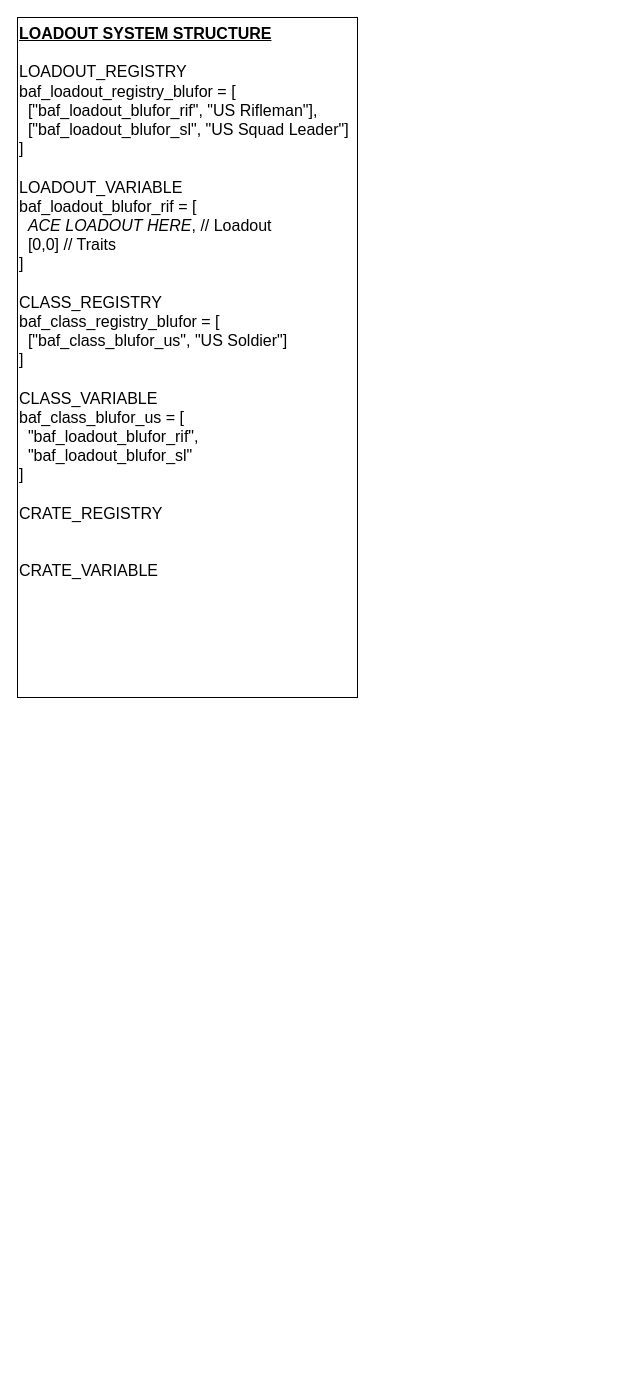
BAXENdev/BAF keeps this draw.io diagram as .notes/diagrams/LoadoutDiagram.drawio. Above is the earlier version. Source tidied: cells renumbered, new cells numbered last; positions are measured from the earlier drawing's top-left corner, leaving out a move shared by most shapes. Both pictures are drawn from the tidied source at 100%, with x=0, y=0 at pixel (17, 17).
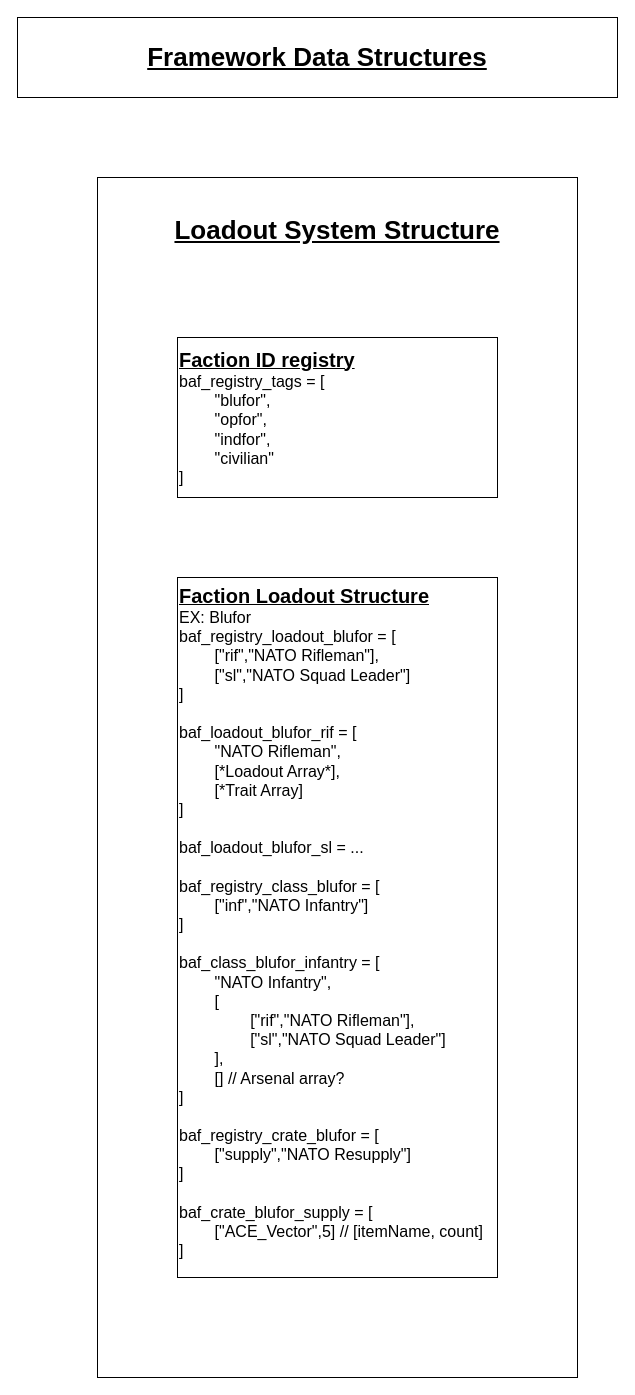
The same page after the edit.

Change to the diagram source:
```diff
@@
 <mxGraphModel>
   <root>
     <mxCell id="0" />
     <mxCell id="1" parent="0" />
+    <mxCell id="3" value="&lt;br&gt;Loadout System Structure" style="rounded=0;whiteSpace=wrap;html=1;fontSize=26;fontStyle=5;verticalAlign=top;" parent="1" vertex="1">
+      <mxGeometry x="80" y="160" width="480" height="1200" as="geometry" />
+    </mxCell>
-    <mxCell id="2" value="&lt;b&gt;&lt;u&gt;LOADOUT SYSTEM STRUCTURE&lt;/u&gt;&lt;/b&gt;&lt;br&gt;&lt;br&gt;LOADOUT_REGISTRY&lt;br style=&quot;font-size: 16px;&quot;&gt;baf_loadout_registry_blufor = [&lt;br style=&quot;font-size: 16px;&quot;&gt;&amp;nbsp; [&quot;baf_loadout_blufor_rif&quot;, &quot;US Rifleman&quot;],&lt;br&gt;&amp;nbsp; [&quot;baf_loadout_blufor_sl&quot;, &quot;US Squad Leader&quot;]&lt;br style=&quot;font-size: 16px;&quot;&gt;]&lt;br&gt;&lt;br&gt;LOADOUT_VARIABLE&lt;br&gt;baf_loadout_blufor_rif = [&lt;br&gt;&amp;nbsp; &lt;i&gt;ACE LOADOUT HERE&lt;/i&gt;, // Loadout&lt;br&gt;&amp;nbsp; [0,0] // Traits&lt;br&gt;]&lt;br&gt;&lt;br&gt;CLASS_REGISTRY&lt;br&gt;baf_class_registry_blufor = [&lt;br&gt;&amp;nbsp; [&quot;baf_class_blufor_us&quot;, &quot;US Soldier&quot;]&lt;br&gt;]&lt;br&gt;&lt;br&gt;CLASS_VARIABLE&lt;br&gt;baf_class_blufor_us = [&lt;br&gt;&amp;nbsp; &quot;baf_loadout_blufor_rif&quot;,&lt;br&gt;&amp;nbsp; &quot;baf_loadout_blufor_sl&quot;&lt;br&gt;]&lt;br&gt;&lt;br&gt;CRATE_REGISTRY&lt;br&gt;&lt;br&gt;&lt;br&gt;CRATE_VARIABLE" style="rounded=0;whiteSpace=wrap;html=1;align=left;verticalAlign=top;fontSize=16;" parent="1" vertex="1">
-      <mxGeometry width="340" height="680" as="geometry" />
+    <mxCell id="2" value="&lt;b style=&quot;font-size: 26px;&quot;&gt;&lt;u style=&quot;font-size: 26px;&quot;&gt;Framework Data Structures&lt;/u&gt;&lt;/b&gt;" style="rounded=0;whiteSpace=wrap;html=1;align=center;verticalAlign=middle;fontSize=26;" parent="1" vertex="1">
+      <mxGeometry width="600" height="80" as="geometry" />
     </mxCell>
+    <mxCell id="4" value="&lt;b&gt;&lt;u&gt;&lt;font style=&quot;font-size: 20px;&quot;&gt;Faction ID registry&lt;/font&gt;&lt;/u&gt;&lt;/b&gt;&lt;br&gt;baf_registry_tags = [&lt;br&gt;&lt;span style=&quot;white-space: pre;&quot;&gt;&#9;&lt;/span&gt;&quot;blufor&quot;,&lt;br&gt;&lt;span style=&quot;white-space: pre;&quot;&gt;&#9;&lt;/span&gt;&quot;opfor&quot;,&lt;br&gt;&lt;span style=&quot;white-space: pre;&quot;&gt;&#9;&lt;/span&gt;&quot;indfor&quot;,&lt;br&gt;&lt;span style=&quot;white-space: pre;&quot;&gt;&#9;&lt;/span&gt;&quot;civilian&quot;&lt;br&gt;]" style="rounded=0;whiteSpace=wrap;html=1;fontSize=16;align=left;" parent="1" vertex="1">
+      <mxGeometry x="160" y="320" width="320" height="160" as="geometry" />
+    </mxCell>
+    <mxCell id="5" value="&lt;b&gt;&lt;u&gt;&lt;font style=&quot;font-size: 20px;&quot;&gt;Faction Loadout Structure&lt;br&gt;&lt;/font&gt;&lt;/u&gt;&lt;/b&gt;EX: Blufor&lt;br&gt;baf_registry_loadout_blufor = [&lt;br&gt;&lt;span style=&quot;white-space: pre;&quot;&gt;&#9;&lt;/span&gt;[&quot;rif&quot;,&quot;NATO Rifleman&quot;],&lt;br&gt;&lt;span style=&quot;white-space: pre;&quot;&gt;&#9;&lt;/span&gt;[&quot;sl&quot;,&quot;NATO Squad Leader&quot;]&lt;br&gt;]&lt;br&gt;&lt;br&gt;baf_loadout_blufor_rif = [&lt;br&gt;&lt;span style=&quot;white-space: pre;&quot;&gt;&#9;&lt;/span&gt;&quot;NATO Rifleman&quot;,&lt;br&gt;&lt;span style=&quot;white-space: pre;&quot;&gt;&#9;&lt;/span&gt;[*Loadout Array*],&lt;br&gt;&lt;span style=&quot;white-space: pre;&quot;&gt;&#9;&lt;/span&gt;[*Trait Array]&lt;br&gt;]&lt;br&gt;&lt;br&gt;baf_loadout_blufor_sl = ...&lt;br&gt;&lt;br&gt;baf_registry_class_blufor = [&lt;br&gt;&lt;span style=&quot;white-space: pre;&quot;&gt;&#9;&lt;/span&gt;[&quot;inf&quot;,&quot;NATO Infantry&quot;]&lt;br&gt;]&lt;br&gt;&lt;br&gt;baf_class_blufor_infantry = [&lt;br&gt;&lt;span style=&quot;white-space: pre;&quot;&gt;&#9;&lt;/span&gt;&quot;NATO Infantry&quot;,&lt;br&gt;&lt;span style=&quot;white-space: pre;&quot;&gt;&#9;&lt;/span&gt;[&lt;br&gt;&lt;span style=&quot;white-space: pre;&quot;&gt;&#9;&lt;/span&gt;&lt;span style=&quot;white-space: pre;&quot;&gt;&#9;&lt;/span&gt;[&quot;rif&quot;,&quot;NATO Rifleman&quot;],&lt;br&gt;&lt;span style=&quot;white-space: pre;&quot;&gt;&#9;&lt;/span&gt;&lt;span style=&quot;white-space: pre;&quot;&gt;&#9;&lt;/span&gt;[&quot;sl&quot;,&quot;NATO Squad Leader&quot;]&lt;br&gt;&lt;span style=&quot;white-space: pre;&quot;&gt;&#9;&lt;/span&gt;],&lt;br&gt;&lt;span style=&quot;white-space: pre;&quot;&gt;&#9;&lt;/span&gt;[] // Arsenal array?&lt;br&gt;]&lt;br&gt;&lt;br&gt;baf_registry_crate_blufor = [&lt;br&gt;&lt;span style=&quot;white-space: pre;&quot;&gt;&#9;&lt;/span&gt;[&quot;supply&quot;,&quot;NATO Resupply&quot;]&lt;br&gt;]&lt;br&gt;&lt;br&gt;baf_crate_blufor_supply = [&lt;br&gt;&lt;span style=&quot;white-space: pre;&quot;&gt;&#9;&lt;/span&gt;[&quot;ACE_Vector&quot;,5] // [itemName, count]&lt;br&gt;]" style="rounded=0;whiteSpace=wrap;html=1;fontSize=16;align=left;verticalAlign=top;" parent="1" vertex="1">
+      <mxGeometry x="160" y="560" width="320" height="700" as="geometry" />
+    </mxCell>
   </root>
 </mxGraphModel>
```
